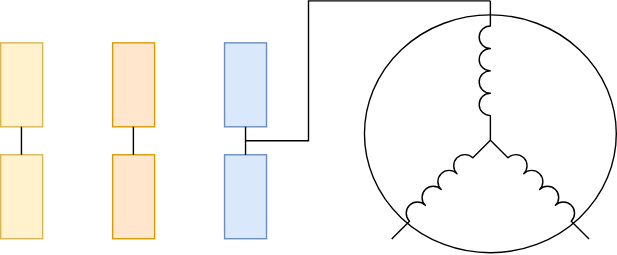
Earlier version of the draw.io export 01-documentation/svg_files/esc_commutation_principle.drawio.svg (stephaneamans/ESC_Brushless). Source tidied: cells renumbered, new cells last; positions are measured from the earlier drawing's top-left corner, leaving out a move shared by most shapes.
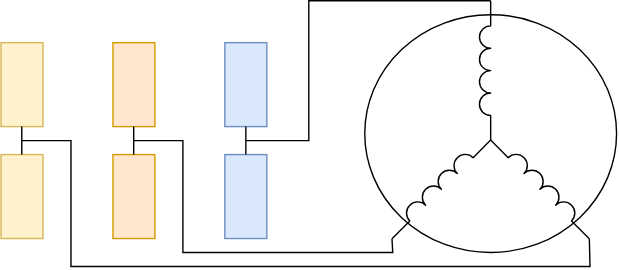
Later version of the same file.

What changed in the source:
```diff
@@ -56,5 +56,25 @@
         </Array>
       </mxGeometry>
     </mxCell>
+    <mxCell id="16" style="endArrow=none;html=1;rounded=0;entryX=0;entryY=1;entryDx=0;entryDy=0;entryPerimeter=0;" parent="1" edge="1" target="3">
+      <mxGeometry relative="1" as="geometry">
+        <mxPoint x="95" y="100" as="sourcePoint" />
+        <Array as="points">
+          <mxPoint x="130" y="100" />
+          <mxPoint x="130" y="180" />
+          <mxPoint x="280" y="180" />
+        </Array>
+      </mxGeometry>
+    </mxCell>
+    <mxCell id="17" style="endArrow=none;html=1;rounded=0;exitX=1;exitY=1;exitDx=0;exitDy=0;exitPerimeter=0;" parent="1" edge="1" source="5">
+      <mxGeometry relative="1" as="geometry">
+        <mxPoint x="15" y="100" as="targetPoint" />
+        <Array as="points">
+          <mxPoint x="421" y="190" />
+          <mxPoint x="50" y="190" />
+          <mxPoint x="50" y="100" />
+        </Array>
+      </mxGeometry>
+    </mxCell>
   </root>
 </mxGraphModel>
```
